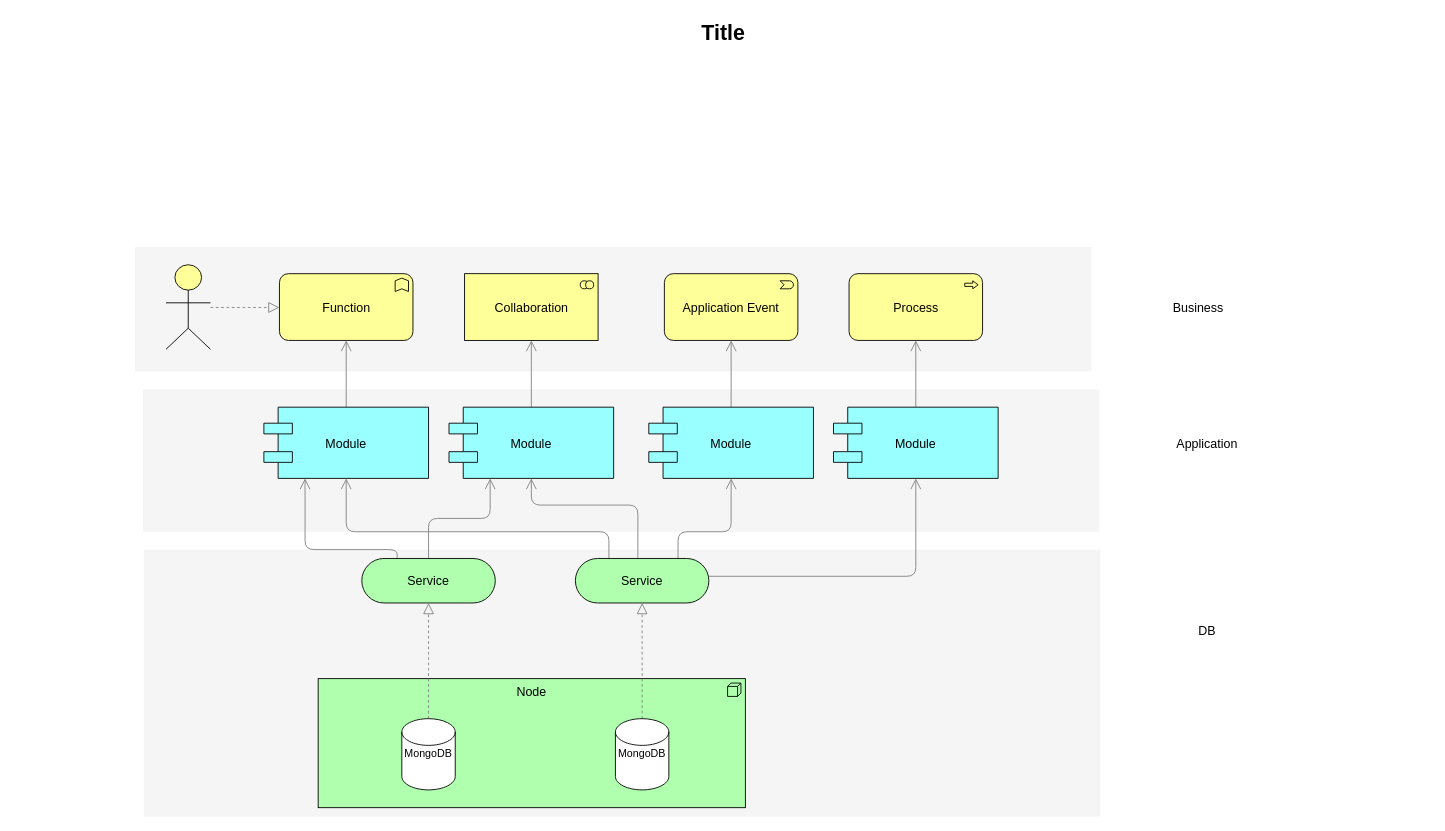
Above: Untitled Diagram.drawio in Rajakuman/flowchart (draw.io), before the change. Source tidied: cells renumbered, new cells numbered last; positions are measured from the earlier drawing's top-left corner, leaving out a move shared by most shapes. Both pictures are drawn from the tidied source at 89%, with x=0, y=0 at pixel (15, 15).
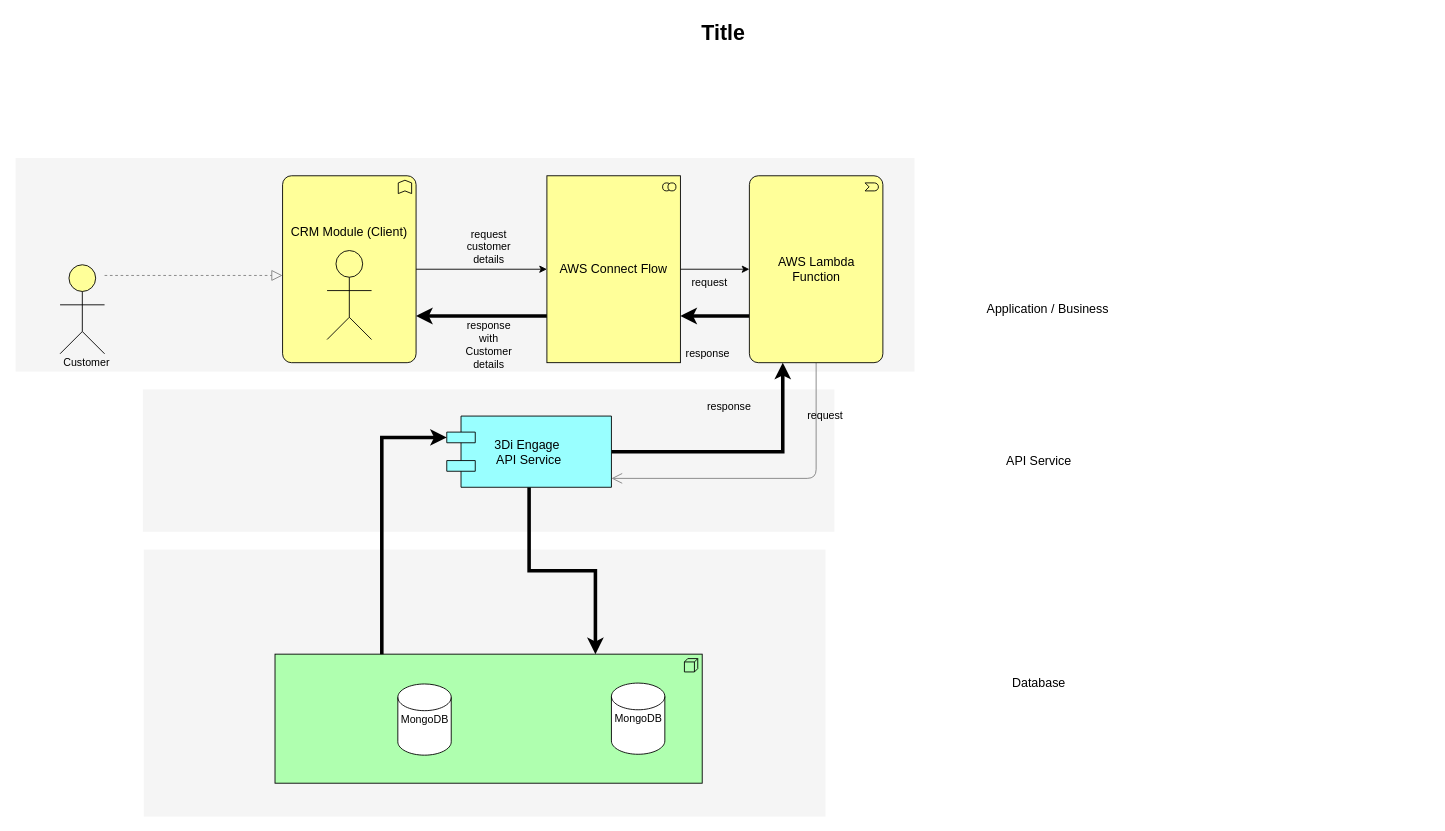
Above is the later version.

The edit, as a diff of the source:
```diff
@@
     <mxCell id="2" style="whiteSpace=wrap;html=1;strokeColor=none;strokeWidth=1;fillColor=#f5f5f5;fontSize=14;" parent="1" vertex="1">
-      <mxGeometry x="144" y="600" width="1075" height="300" as="geometry" />
+      <mxGeometry x="144" y="600" width="766" height="300" as="geometry" />
     </mxCell>
     <mxCell id="3" style="whiteSpace=wrap;html=1;strokeColor=none;strokeWidth=1;fillColor=#f5f5f5;fontSize=14;" parent="1" vertex="1">
-      <mxGeometry x="143" y="420" width="1075" height="160" as="geometry" />
+      <mxGeometry x="143" y="420" width="777" height="160" as="geometry" />
     </mxCell>
     <mxCell id="4" style="whiteSpace=wrap;html=1;strokeColor=none;strokeWidth=1;fillColor=#f5f5f5;fontSize=14;" parent="1" vertex="1">
-      <mxGeometry x="134" y="260" width="1075" height="140" as="geometry" />
+      <mxGeometry y="160" width="1010" height="240" as="geometry" />
     </mxCell>
-    <mxCell id="5" value="Node" style="html=1;whiteSpace=wrap;fillColor=#AFFFAF;shape=mxgraph.archimate3.application;appType=node;archiType=square;fontSize=14;verticalAlign=top;" parent="1" vertex="1">
-      <mxGeometry x="340" y="745" width="480" height="145" as="geometry" />
+    <mxCell id="5" style="html=1;whiteSpace=wrap;fillColor=#AFFFAF;shape=mxgraph.archimate3.application;appType=node;archiType=square;fontSize=14;verticalAlign=top;" parent="1" vertex="1">
+      <mxGeometry x="291.5" y="717.5" width="480" height="145" as="geometry" />
     </mxCell>
-    <mxCell id="6" style="edgeStyle=elbowEdgeStyle;rounded=1;elbow=vertical;html=1;startSize=10;endArrow=block;endFill=0;endSize=10;jettySize=auto;strokeColor=#808080;fontSize=14;dashed=1;" parent="1" edge="1" target="10">
-      <mxGeometry relative="1" as="geometry">
-        <mxPoint x="464" y="790" as="sourcePoint" />
-      </mxGeometry>
-    </mxCell>
-    <mxCell id="7" style="edgeStyle=elbowEdgeStyle;rounded=1;elbow=vertical;html=1;startSize=10;endArrow=block;endFill=0;endSize=10;jettySize=auto;strokeColor=#808080;fontSize=14;dashed=1;" parent="1" edge="1" source="34" target="15">
-      <mxGeometry relative="1" as="geometry" />
-    </mxCell>
-    <mxCell id="8" style="edgeStyle=elbowEdgeStyle;rounded=1;elbow=vertical;html=1;startSize=10;endArrow=open;endFill=0;endSize=10;jettySize=auto;strokeColor=#808080;fontSize=14;entryX=0.25;entryY=1;" parent="1" edge="1" source="10" target="19">
-      <mxGeometry relative="1" as="geometry" />
-    </mxCell>
-    <mxCell id="9" style="edgeStyle=elbowEdgeStyle;rounded=1;elbow=vertical;html=1;startSize=10;endArrow=open;endFill=0;endSize=10;jettySize=auto;strokeColor=#808080;fontSize=14;entryX=0.25;entryY=1;exitX=0.265;exitY=0.007;exitPerimeter=0;" parent="1" edge="1" source="10" target="17">
-      <mxGeometry relative="1" as="geometry">
-        <Array as="points">
-          <mxPoint x="372" y="600" />
-        </Array>
-      </mxGeometry>
-    </mxCell>
-    <mxCell id="10" value="Service" style="html=1;whiteSpace=wrap;fillColor=#AFFFAF;shape=mxgraph.archimate3.service;fontSize=14;" parent="1" vertex="1">
-      <mxGeometry x="389" y="610" width="150" height="50" as="geometry" />
-    </mxCell>
-    <mxCell id="11" style="edgeStyle=elbowEdgeStyle;rounded=1;elbow=vertical;html=1;startSize=10;endArrow=open;endFill=0;endSize=10;jettySize=auto;strokeColor=#808080;fontSize=14;" parent="1" edge="1" source="15" target="23">
-      <mxGeometry relative="1" as="geometry">
-        <Array as="points">
-          <mxPoint x="859" y="630" />
-        </Array>
-      </mxGeometry>
-    </mxCell>
-    <mxCell id="12" style="edgeStyle=elbowEdgeStyle;rounded=1;elbow=vertical;html=1;startSize=10;endArrow=open;endFill=0;endSize=10;jettySize=auto;strokeColor=#808080;fontSize=14;entryX=0.5;entryY=1;exitX=0.769;exitY=0.025;exitPerimeter=0;" parent="1" edge="1" source="15" target="21">
-      <mxGeometry relative="1" as="geometry">
-        <Array as="points">
-          <mxPoint x="759" y="580" />
-        </Array>
-      </mxGeometry>
-    </mxCell>
-    <mxCell id="13" style="edgeStyle=elbowEdgeStyle;rounded=1;elbow=vertical;html=1;startSize=10;endArrow=open;endFill=0;endSize=10;jettySize=auto;strokeColor=#808080;fontSize=14;entryX=0.5;entryY=1;exitX=0.468;exitY=0.025;exitPerimeter=0;" parent="1" edge="1" source="15" target="19">
-      <mxGeometry relative="1" as="geometry">
-        <Array as="points">
-          <mxPoint x="649" y="550" />
-        </Array>
-      </mxGeometry>
-    </mxCell>
-    <mxCell id="14" style="edgeStyle=elbowEdgeStyle;rounded=1;elbow=vertical;html=1;startSize=10;endArrow=open;endFill=0;endSize=10;jettySize=auto;strokeColor=#808080;fontSize=14;exitX=0.251;exitY=0.002;exitPerimeter=0;" parent="1" edge="1" source="15" target="17">
-      <mxGeometry relative="1" as="geometry">
-        <Array as="points">
-          <mxPoint x="539" y="580" />
-        </Array>
-      </mxGeometry>
-    </mxCell>
-    <mxCell id="15" value="Service" style="html=1;whiteSpace=wrap;fillColor=#AFFFAF;shape=mxgraph.archimate3.service;fontSize=14;" parent="1" vertex="1">
-      <mxGeometry x="629" y="610" width="150" height="50" as="geometry" />
-    </mxCell>
-    <mxCell id="16" style="edgeStyle=elbowEdgeStyle;rounded=1;elbow=vertical;html=1;startSize=10;endArrow=open;endFill=0;endSize=10;jettySize=auto;strokeColor=#808080;fontSize=14;" parent="1" edge="1" source="17" target="24">
-      <mxGeometry relative="1" as="geometry" />
-    </mxCell>
-    <mxCell id="17" value="Module" style="shape=component;align=center;fillColor=#99ffff;gradientColor=none;fontSize=14;" parent="1" vertex="1">
-      <mxGeometry x="279" y="440" width="185" height="80" as="geometry" />
-    </mxCell>
-    <mxCell id="18" style="edgeStyle=elbowEdgeStyle;rounded=1;elbow=vertical;html=1;startSize=10;endArrow=open;endFill=0;endSize=10;jettySize=auto;strokeColor=#808080;fontSize=14;" parent="1" edge="1" source="19" target="25">
-      <mxGeometry relative="1" as="geometry" />
-    </mxCell>
-    <mxCell id="19" value="Module" style="shape=component;align=center;fillColor=#99ffff;gradientColor=none;fontSize=14;" parent="1" vertex="1">
-      <mxGeometry x="487" y="440" width="185" height="80" as="geometry" />
-    </mxCell>
-    <mxCell id="20" style="edgeStyle=elbowEdgeStyle;rounded=1;elbow=vertical;html=1;startSize=10;endArrow=open;endFill=0;endSize=10;jettySize=auto;strokeColor=#808080;fontSize=14;" parent="1" edge="1" source="21" target="26">
-      <mxGeometry relative="1" as="geometry" />
+    <mxCell id="20" style="edgeStyle=elbowEdgeStyle;rounded=1;elbow=vertical;html=1;startSize=10;endArrow=open;endFill=0;endSize=10;jettySize=auto;strokeColor=#808080;fontSize=14;exitX=0.5;exitY=1;exitDx=0;exitDy=0;exitPerimeter=0;" parent="1" edge="1" source="26" target="21">
+      <mxGeometry relative="1" as="geometry">
+        <Array as="points">
+          <mxPoint x="790" y="520" />
+          <mxPoint x="804" y="410" />
+          <mxPoint x="804" y="370" />
+        </Array>
+      </mxGeometry>
     </mxCell>
+    <mxCell id="36" style="edgeStyle=orthogonalEdgeStyle;rounded=0;jumpStyle=arc;jettySize=auto;html=1;entryX=0.75;entryY=0;entryDx=0;entryDy=0;entryPerimeter=0;strokeWidth=4;" parent="1" edge="1" source="21" target="5">
+      <mxGeometry relative="1" as="geometry" />
+    </mxCell>
+    <mxCell id="37" style="edgeStyle=orthogonalEdgeStyle;rounded=0;jumpStyle=arc;jettySize=auto;html=1;entryX=0.25;entryY=1;entryDx=0;entryDy=0;entryPerimeter=0;strokeWidth=4;" parent="1" edge="1" source="21" target="26">
+      <mxGeometry relative="1" as="geometry" />
+    </mxCell>
-    <mxCell id="21" value="Module" style="shape=component;align=center;fillColor=#99ffff;gradientColor=none;fontSize=14;" parent="1" vertex="1">
-      <mxGeometry x="711.5" y="440" width="185" height="80" as="geometry" />
+    <mxCell id="21" value="3Di Engage &#10;API Service" style="shape=component;align=center;fillColor=#99ffff;gradientColor=none;fontSize=14;" parent="1" vertex="1">
+      <mxGeometry x="484.5" y="450" width="185" height="80" as="geometry" />
     </mxCell>
-    <mxCell id="22" style="edgeStyle=elbowEdgeStyle;rounded=1;elbow=vertical;html=1;startSize=10;endArrow=open;endFill=0;endSize=10;jettySize=auto;strokeColor=#808080;fontSize=14;" parent="1" edge="1" source="23" target="27">
-      <mxGeometry relative="1" as="geometry" />
-    </mxCell>
-    <mxCell id="23" value="Module" style="shape=component;align=center;fillColor=#99ffff;gradientColor=none;fontSize=14;" parent="1" vertex="1">
-      <mxGeometry x="919" y="440" width="185" height="80" as="geometry" />
-    </mxCell>
+    <mxCell id="38" style="edgeStyle=orthogonalEdgeStyle;rounded=0;jettySize=auto;html=1;entryX=0;entryY=0.5;entryDx=0;entryDy=0;entryPerimeter=0;" parent="1" edge="1" source="24" target="25">
+      <mxGeometry relative="1" as="geometry" />
+    </mxCell>
-    <mxCell id="24" value="Function" style="html=1;whiteSpace=wrap;fillColor=#ffff99;shape=mxgraph.archimate3.application;appType=func;archiType=rounded;fontSize=14;" parent="1" vertex="1">
-      <mxGeometry x="296.5" y="290" width="150" height="75" as="geometry" />
+    <mxCell id="24" value="CRM Module (Client)&lt;br&gt;&lt;br&gt;&lt;br&gt;&lt;br&gt;&lt;br&gt;&lt;br&gt;" style="html=1;whiteSpace=wrap;fillColor=#ffff99;shape=mxgraph.archimate3.application;appType=func;archiType=rounded;fontSize=14;" parent="1" vertex="1">
+      <mxGeometry x="300" y="180" width="150" height="210" as="geometry" />
     </mxCell>
+    <mxCell id="39" style="edgeStyle=orthogonalEdgeStyle;rounded=0;jettySize=auto;html=1;entryX=0;entryY=0.5;entryDx=0;entryDy=0;entryPerimeter=0;" parent="1" edge="1" source="25" target="26">
+      <mxGeometry relative="1" as="geometry" />
+    </mxCell>
+    <mxCell id="40" style="edgeStyle=orthogonalEdgeStyle;rounded=0;jumpStyle=arc;jettySize=auto;html=1;exitX=0;exitY=0.75;exitDx=0;exitDy=0;exitPerimeter=0;entryX=1;entryY=0.75;entryDx=0;entryDy=0;entryPerimeter=0;strokeWidth=4;" parent="1" edge="1" source="25" target="24">
+      <mxGeometry relative="1" as="geometry" />
+    </mxCell>
-    <mxCell id="25" value="Collaboration" style="html=1;whiteSpace=wrap;fillColor=#ffff99;shape=mxgraph.archimate3.application;appType=collab;archiType=square;fontSize=14;" parent="1" vertex="1">
-      <mxGeometry x="504.5" y="290" width="150" height="75" as="geometry" />
+    <mxCell id="25" value="AWS Connect Flow" style="html=1;whiteSpace=wrap;fillColor=#ffff99;shape=mxgraph.archimate3.application;appType=collab;archiType=square;fontSize=14;" parent="1" vertex="1">
+      <mxGeometry x="597" y="180" width="150" height="210" as="geometry" />
     </mxCell>
+    <mxCell id="41" style="edgeStyle=orthogonalEdgeStyle;rounded=0;jumpStyle=arc;jettySize=auto;html=1;exitX=0;exitY=0.75;exitDx=0;exitDy=0;exitPerimeter=0;entryX=1;entryY=0.75;entryDx=0;entryDy=0;entryPerimeter=0;strokeWidth=4;" parent="1" edge="1" source="26" target="25">
+      <mxGeometry relative="1" as="geometry" />
+    </mxCell>
-    <mxCell id="26" value="Application Event" style="html=1;whiteSpace=wrap;fillColor=#ffff99;shape=mxgraph.archimate3.application;appType=event;archiType=rounded;fontSize=14;" parent="1" vertex="1">
-      <mxGeometry x="729" y="290" width="150" height="75" as="geometry" />
+    <mxCell id="26" value="AWS Lambda &lt;br&gt;Function" style="html=1;whiteSpace=wrap;fillColor=#ffff99;shape=mxgraph.archimate3.application;appType=event;archiType=rounded;fontSize=14;" parent="1" vertex="1">
+      <mxGeometry x="824.5" y="180" width="150" height="210" as="geometry" />
     </mxCell>
-    <mxCell id="27" value="Process" style="html=1;whiteSpace=wrap;fillColor=#ffff99;shape=mxgraph.archimate3.application;appType=proc;archiType=rounded;fontSize=14;" parent="1" vertex="1">
-      <mxGeometry x="936.5" y="290" width="150" height="75" as="geometry" />
-    </mxCell>
-    <mxCell id="28" value="DB" style="text;html=1;strokeColor=none;fillColor=none;align=center;verticalAlign=middle;whiteSpace=wrap;fontSize=14;" parent="1" vertex="1">
-      <mxGeometry x="1219" y="681" width="240" height="20" as="geometry" />
+    <mxCell id="28" value="Database" style="text;html=1;strokeColor=none;fillColor=none;align=center;verticalAlign=middle;whiteSpace=wrap;fontSize=14;" parent="1" vertex="1">
+      <mxGeometry x="1030" y="740" width="240" height="20" as="geometry" />
     </mxCell>
-    <mxCell id="29" value="Application" style="text;html=1;strokeColor=none;fillColor=none;align=center;verticalAlign=middle;whiteSpace=wrap;fontSize=14;" parent="1" vertex="1">
-      <mxGeometry x="1219" y="471" width="240" height="20" as="geometry" />
+    <mxCell id="29" value="API Service" style="text;html=1;strokeColor=none;fillColor=none;align=center;verticalAlign=middle;whiteSpace=wrap;fontSize=14;" parent="1" vertex="1">
+      <mxGeometry x="1030" y="490" width="240" height="20" as="geometry" />
     </mxCell>
-    <mxCell id="30" value="Business" style="text;html=1;strokeColor=none;fillColor=none;align=center;verticalAlign=middle;whiteSpace=wrap;fontSize=14;" parent="1" vertex="1">
-      <mxGeometry x="1209" y="319" width="240" height="20" as="geometry" />
+    <mxCell id="30" value="Application / Business" style="text;html=1;strokeColor=none;fillColor=none;align=center;verticalAlign=middle;whiteSpace=wrap;fontSize=14;" parent="1" vertex="1">
+      <mxGeometry x="1040" y="320" width="240" height="20" as="geometry" />
     </mxCell>
-    <mxCell id="31" style="edgeStyle=elbowEdgeStyle;rounded=1;elbow=vertical;html=1;dashed=1;startSize=10;endArrow=block;endFill=0;endSize=10;jettySize=auto;strokeColor=#808080;fontSize=14;" parent="1" edge="1" source="32" target="24">
+    <mxCell id="31" style="edgeStyle=elbowEdgeStyle;rounded=1;elbow=vertical;html=1;dashed=1;startSize=10;endArrow=block;endFill=0;endSize=10;jettySize=auto;strokeColor=#808080;fontSize=14;entryX=0;entryY=0.533;entryDx=0;entryDy=0;entryPerimeter=0;" parent="1" edge="1" source="32" target="24">
       <mxGeometry relative="1" as="geometry" />
     </mxCell>
     <mxCell id="32" style="html=1;whiteSpace=wrap;fillColor=#ffff99;shape=mxgraph.archimate3.actor;fontSize=14;" parent="1" vertex="1">
-      <mxGeometry x="169" y="280" width="50" height="95" as="geometry" />
+      <mxGeometry x="50" y="280" width="50" height="100" as="geometry" />
     </mxCell>
@@
     <mxCell id="34" value="MongoDB" style="shape=cylinder2;whiteSpace=wrap;html=1;boundedLbl=1;backgroundOutline=1;size=15;" parent="1" vertex="1">
-      <mxGeometry x="674" y="790" width="60" height="80" as="geometry" />
+      <mxGeometry x="669.5" y="750" width="60" height="80" as="geometry" />
     </mxCell>
+    <mxCell id="42" style="edgeStyle=orthogonalEdgeStyle;rounded=0;jumpStyle=arc;jettySize=auto;html=1;entryX=0;entryY=0.3;entryDx=0;entryDy=0;strokeWidth=4;exitX=0.25;exitY=0;exitDx=0;exitDy=0;exitPerimeter=0;" parent="1" edge="1" source="5" target="21">
+      <mxGeometry relative="1" as="geometry" />
+    </mxCell>
     <mxCell id="35" value="MongoDB" style="shape=cylinder2;whiteSpace=wrap;html=1;boundedLbl=1;backgroundOutline=1;size=15;" parent="1" vertex="1">
-      <mxGeometry x="434" y="790" width="60" height="80" as="geometry" />
+      <mxGeometry x="429.5" y="751" width="60" height="80" as="geometry" />
     </mxCell>
+    <mxCell id="43" value="Customer" style="text;html=1;strokeColor=none;fillColor=none;align=center;verticalAlign=middle;whiteSpace=wrap;rounded=0;" parent="1" vertex="1">
+      <mxGeometry x="50" y="380" width="60" height="20" as="geometry" />
+    </mxCell>
+    <mxCell id="44" value="request customer details" style="text;html=1;strokeColor=none;fillColor=none;align=center;verticalAlign=middle;whiteSpace=wrap;rounded=0;" parent="1" vertex="1">
+      <mxGeometry x="501.5" y="250" width="60" height="20" as="geometry" />
+    </mxCell>
+    <mxCell id="45" value="request" style="text;html=1;strokeColor=none;fillColor=none;align=center;verticalAlign=middle;whiteSpace=wrap;rounded=0;" parent="1" vertex="1">
+      <mxGeometry x="750" y="290" width="60" height="20" as="geometry" />
+    </mxCell>
+    <mxCell id="46" value="request" style="text;html=1;strokeColor=none;fillColor=none;align=center;verticalAlign=middle;whiteSpace=wrap;rounded=0;" parent="1" vertex="1">
+      <mxGeometry x="880" y="440" width="60" height="20" as="geometry" />
+    </mxCell>
+    <mxCell id="47" value="response" style="text;html=1;strokeColor=none;fillColor=none;align=center;verticalAlign=middle;whiteSpace=wrap;rounded=0;" parent="1" vertex="1">
+      <mxGeometry x="771.5" y="430" width="60" height="20" as="geometry" />
+    </mxCell>
+    <mxCell id="48" value="response" style="text;html=1;strokeColor=none;fillColor=none;align=center;verticalAlign=middle;whiteSpace=wrap;rounded=0;" parent="1" vertex="1">
+      <mxGeometry x="747.5" y="370" width="60" height="20" as="geometry" />
+    </mxCell>
+    <mxCell id="49" value="response with Customer details" style="text;html=1;strokeColor=none;fillColor=none;align=center;verticalAlign=middle;whiteSpace=wrap;rounded=0;" parent="1" vertex="1">
+      <mxGeometry x="501.5" y="360" width="60" height="20" as="geometry" />
+    </mxCell>
+    <mxCell id="50" style="html=1;whiteSpace=wrap;fillColor=#ffff99;shape=mxgraph.archimate3.actor;fontSize=14;" parent="1" vertex="1">
+      <mxGeometry x="350" y="264" width="50" height="100" as="geometry" />
+    </mxCell>
```
